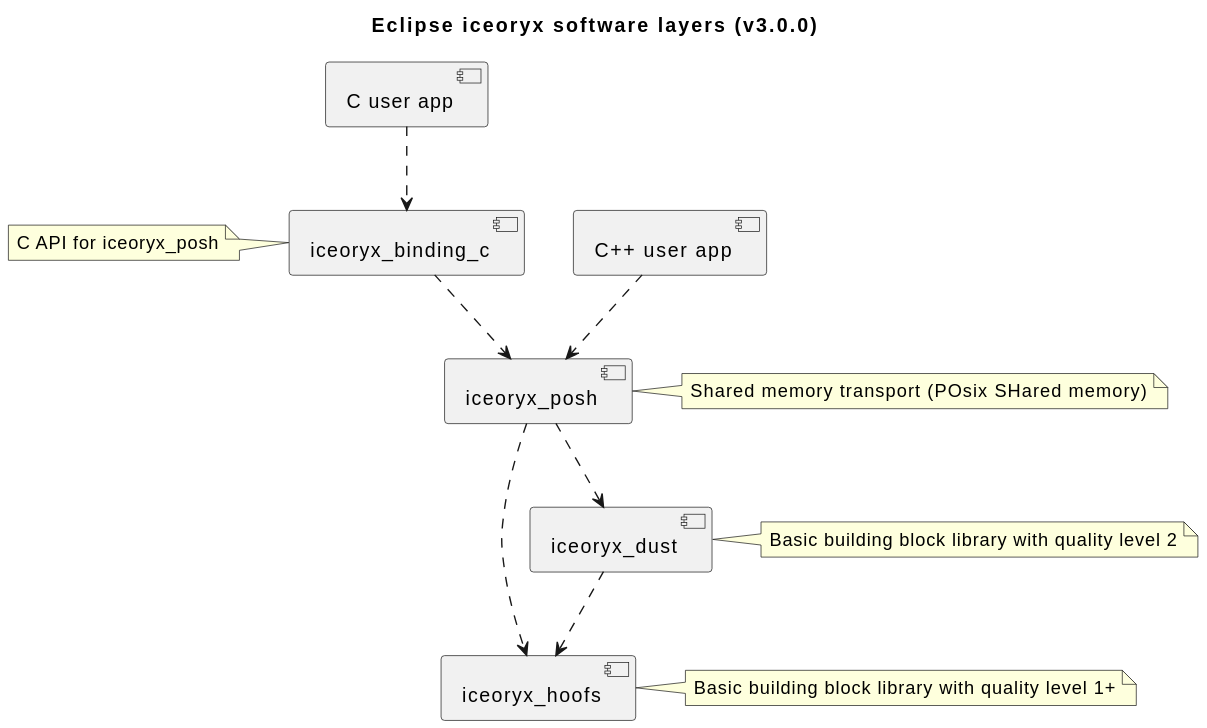
This is doc/website/images/iceoryx_software_layers_v3_0_0.svg from eclipse-iceoryx/iceoryx, a PlantUML export, as it was before one commit. Its source is kept beside it as doc/design/diagrams/iceoryx_software_layers_v3_0_0.puml. Source of this version:
```plantuml
@startuml

title Eclipse iceoryx software layers (v3.0.0)

skinparam BackgroundColor transparent
skinparam componentStyle uml2

skinparam component {
   backgroundColor<<namespace>> yellow
}

skinparam package {
   backgroundColor green
}

skinparam frame {
   backgroundColor chocolate
}

[iceoryx_dust]
[iceoryx_hoofs]
[iceoryx_posh]
[iceoryx_binding_c]
[C user app]
[C++ user app]

note right of iceoryx_hoofs : Basic building block library with quality level 1+
note right of iceoryx_dust : Basic building block library with quality level 2
note right of iceoryx_posh : Shared memory transport (POsix SHared memory)
note left of iceoryx_binding_c : C API for iceoryx_posh

[iceoryx_posh]  ..>  [iceoryx_hoofs]
[iceoryx_dust]  ..>  [iceoryx_hoofs]
[iceoryx_posh]  ..>  [iceoryx_dust]
[iceoryx_binding_c]  ..>  [iceoryx_posh]
[C user app]  ..>  [iceoryx_binding_c]
[C++ user app]  ..>  [iceoryx_posh]
@enduml
```
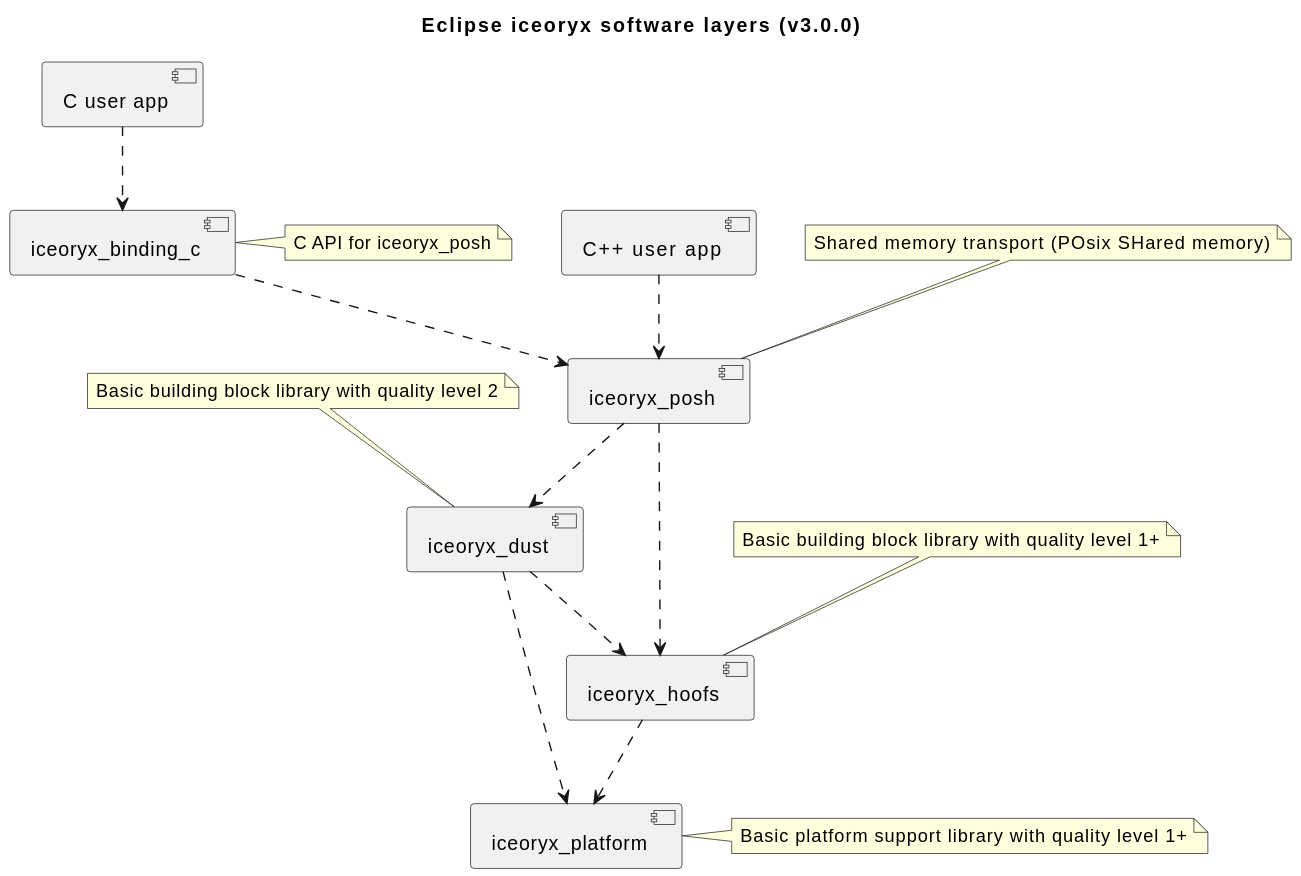
The same diagram one commit later.

Commit message:
iox-#1295 Add platform library to component diagram

Diff of the diagram source:
```diff
@@ -17,6 +17,7 @@
    backgroundColor chocolate
 }
 
+[iceoryx_platform]
 [iceoryx_dust]
 [iceoryx_hoofs]
 [iceoryx_posh]
@@ -24,11 +25,14 @@
 [C user app]
 [C++ user app]
 
-note right of iceoryx_hoofs : Basic building block library with quality level 1+
-note right of iceoryx_dust : Basic building block library with quality level 2
-note right of iceoryx_posh : Shared memory transport (POsix SHared memory)
-note left of iceoryx_binding_c : C API for iceoryx_posh
+note right of iceoryx_platform : Basic platform support library with quality level 1+
+note top of iceoryx_hoofs : Basic building block library with quality level 1+
+note top of iceoryx_dust : Basic building block library with quality level 2
+note top of iceoryx_posh : Shared memory transport (POsix SHared memory)
+note right of iceoryx_binding_c : C API for iceoryx_posh
 
+[iceoryx_hoofs]  ..>  [iceoryx_platform]
+[iceoryx_dust]  ..>  [iceoryx_platform]
 [iceoryx_posh]  ..>  [iceoryx_hoofs]
 [iceoryx_dust]  ..>  [iceoryx_hoofs]
 [iceoryx_posh]  ..>  [iceoryx_dust]
```
